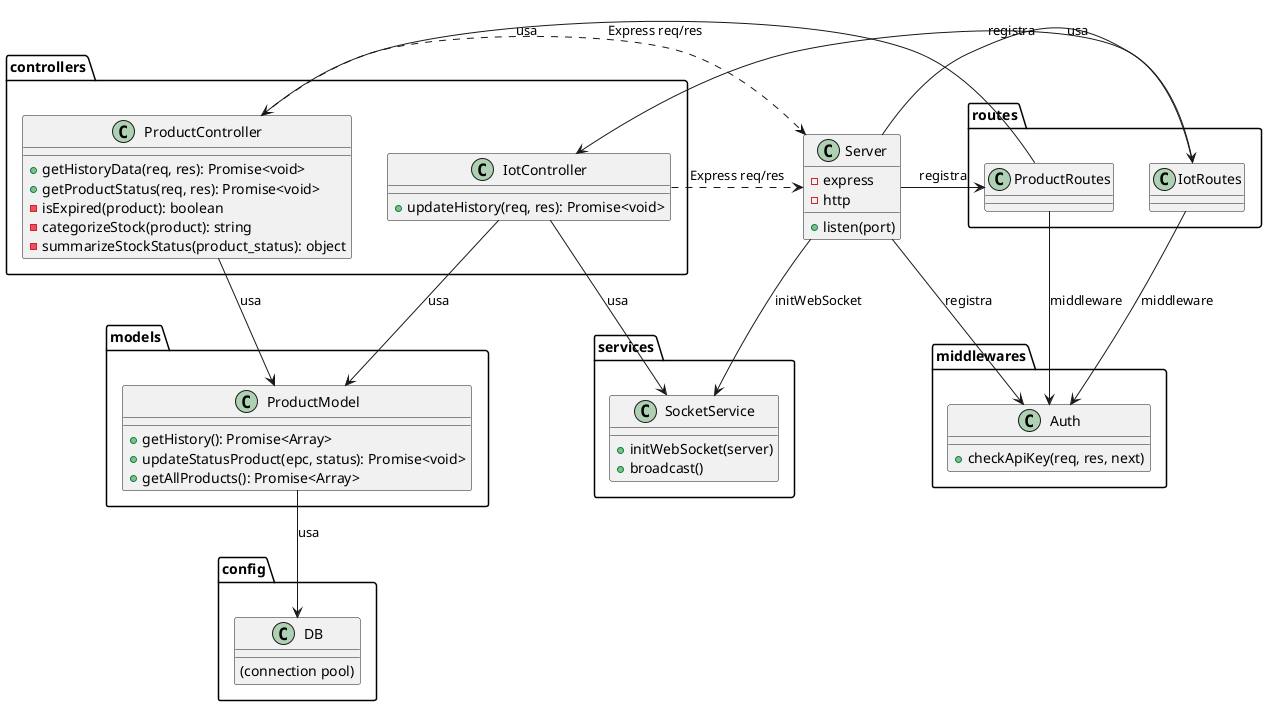
Earlier version of the PlantUML export UMLs/Classe/V2/classe.png (Harthuz/TCC-RFID). The source it was exported from:
```plantuml
@startuml
package "models" {
    class ProductModel {
        +getHistory(): Promise<Array>
        +updateStatusProduct(epc, status): Promise<void>
        +getAllProducts(): Promise<Array>
    }
}

package "controllers" {
    class ProductController {
        +getHistoryData(req, res): Promise<void>
        +getProductStatus(req, res): Promise<void>
        -isExpired(product): boolean
        -categorizeStock(product): string
        -summarizeStockStatus(product_status): object
    }
    class IotController {
        +updateHistory(req, res): Promise<void>
    }
}

package "services" {
    class SocketService {
        +initWebSocket(server)
        +broadcast()
    }
}

package "middlewares" {
    class Auth {
        +checkApiKey(req, res, next)
    }
}

package "routes" {
    class IotRoutes
    class ProductRoutes
}

package "config" {
    class DB {
        (connection pool)
    }
}

class Server {
    -express
    -http
    +listen(port)
}

ProductController --> ProductModel : usa
IotController --> ProductModel : usa

IotController --> SocketService : usa

IotRoutes --> IotController : usa
ProductRoutes --> ProductController : usa

IotRoutes --> Auth : middleware
ProductRoutes --> Auth : middleware

ProductController ..> Server : Express req/res
IotController ..> Server : Express req/res

ProductModel --> DB : usa

Server --> IotRoutes : registra
Server --> ProductRoutes : registra
Server --> Auth : registra

Server --> SocketService : initWebSocket


@enduml
```
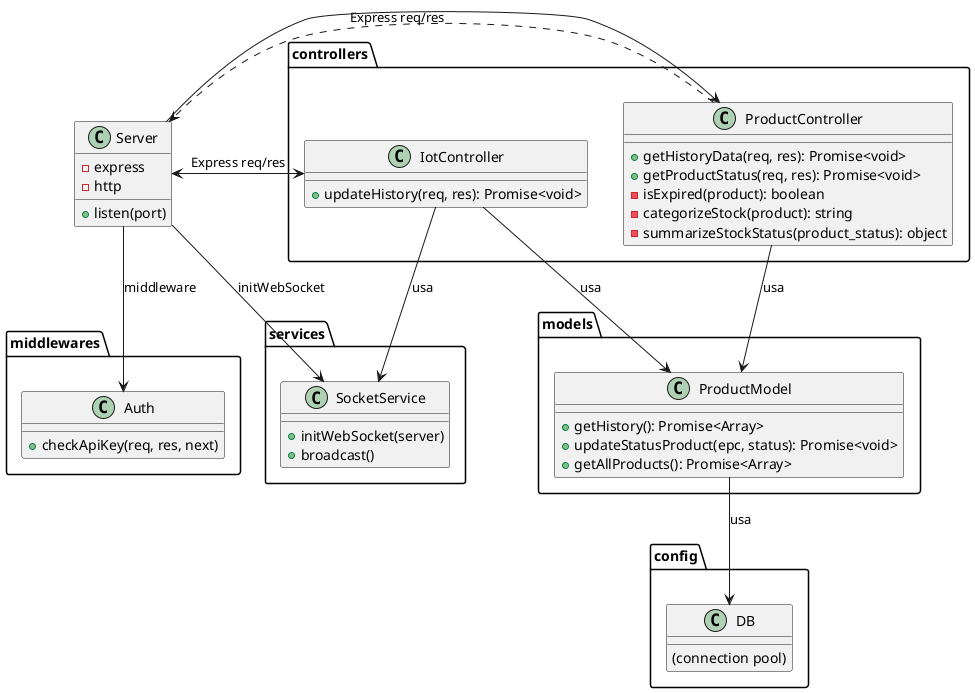
Above is the later version.

Commit message:
docs: remover packages sem utilidade diagrama de classe

The edit, as a diff of the source:
```diff
@@ -33,11 +33,6 @@
     }
 }
 
-package "routes" {
-    class IotRoutes
-    class ProductRoutes
-}
-
 package "config" {
     class DB {
         (connection pool)
@@ -55,20 +50,15 @@
 
 IotController --> SocketService : usa
 
-IotRoutes --> IotController : usa
-ProductRoutes --> ProductController : usa
-
-IotRoutes --> Auth : middleware
-ProductRoutes --> Auth : middleware
+Server --> Auth : middleware
 
 ProductController ..> Server : Express req/res
 IotController ..> Server : Express req/res
 
 ProductModel --> DB : usa
 
-Server --> IotRoutes : registra
-Server --> ProductRoutes : registra
-Server --> Auth : registra
+Server --> ProductController
+Server --> IotController
 
 Server --> SocketService : initWebSocket
 
```
